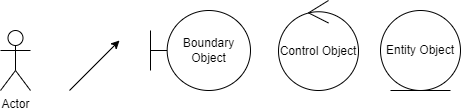
Earlier version of the draw.io export 構造図/コミュニケーション図/コミュニケーション図＿ユーザー情報入力.drawio.png (masaki1234567/psp4). Source tidied: cells renumbered, new cells last; positions are measured from the earlier drawing's top-left corner, leaving out a move shared by most shapes. The source it was exported from:
```xml
<mxGraphModel>
  <root>
    <mxCell id="0" />
    <mxCell id="1" parent="0" />
    <mxCell id="2" value="Actor" style="shape=umlActor;verticalLabelPosition=bottom;verticalAlign=top;html=1;" parent="1" vertex="1">
      <mxGeometry y="30" width="30" height="60" as="geometry" />
    </mxCell>
    <mxCell id="3" value="Boundary Object" style="shape=umlBoundary;whiteSpace=wrap;html=1;" parent="1" vertex="1">
      <mxGeometry x="150" y="10" width="100" height="80" as="geometry" />
    </mxCell>
    <mxCell id="4" value="Control Object" style="ellipse;shape=umlControl;whiteSpace=wrap;html=1;" parent="1" vertex="1">
      <mxGeometry x="278" width="80" height="90" as="geometry" />
    </mxCell>
    <mxCell id="5" value="Entity Object" style="ellipse;shape=umlEntity;whiteSpace=wrap;html=1;" parent="1" vertex="1">
      <mxGeometry x="380" y="10" width="80" height="80" as="geometry" />
    </mxCell>
    <mxCell id="6" style="endArrow=classic;html=1;" parent="1" edge="1">
      <mxGeometry relative="1" as="geometry">
        <mxPoint x="69" y="90" as="sourcePoint" />
        <mxPoint x="119" y="40" as="targetPoint" />
      </mxGeometry>
    </mxCell>
  </root>
</mxGraphModel>
```
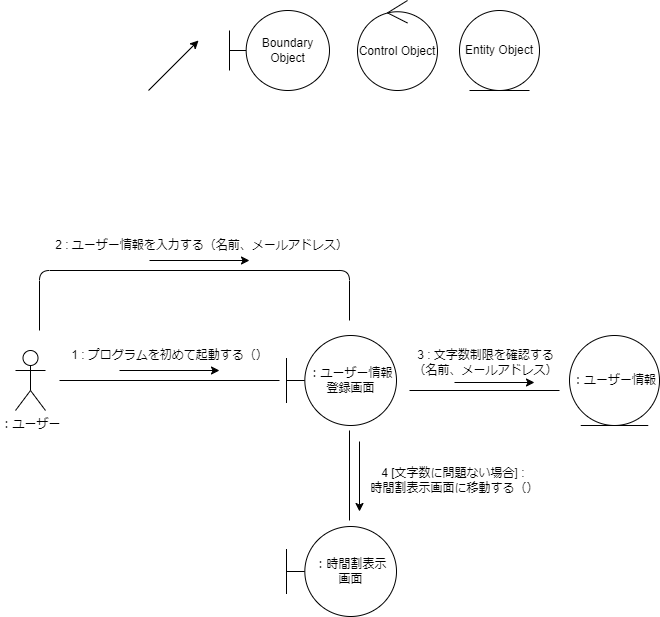
Later version of the same file.

The edit, as a diff of the source:
```diff
@@ -2,8 +2,14 @@
   <root>
     <mxCell id="0" />
     <mxCell id="1" parent="0" />
+    <mxCell id="7" style="edgeStyle=none;html=1;endArrow=none;endFill=0;" parent="1" edge="1">
+      <mxGeometry relative="1" as="geometry">
+        <mxPoint x="-20" y="380" as="sourcePoint" />
+        <mxPoint x="200" y="380" as="targetPoint" />
+      </mxGeometry>
+    </mxCell>
-    <mxCell id="2" value="Actor" style="shape=umlActor;verticalLabelPosition=bottom;verticalAlign=top;html=1;" parent="1" vertex="1">
-      <mxGeometry y="30" width="30" height="60" as="geometry" />
+    <mxCell id="2" value="：ユーザー" style="shape=umlActor;verticalLabelPosition=bottom;verticalAlign=top;html=1;" parent="1" vertex="1">
+      <mxGeometry x="-64" y="350" width="30" height="60" as="geometry" />
     </mxCell>
     <mxCell id="3" value="Boundary Object" style="shape=umlBoundary;whiteSpace=wrap;html=1;" parent="1" vertex="1">
       <mxGeometry x="150" y="10" width="100" height="80" as="geometry" />
@@ -20,5 +26,72 @@
         <mxPoint x="119" y="40" as="targetPoint" />
       </mxGeometry>
     </mxCell>
+    <mxCell id="8" value="：ユーザー情報登録画面" style="shape=umlBoundary;whiteSpace=wrap;html=1;" parent="1" vertex="1">
+      <mxGeometry x="207" y="335" width="110" height="90" as="geometry" />
+    </mxCell>
+    <mxCell id="9" style="endArrow=classic;html=1;" parent="1" edge="1">
+      <mxGeometry relative="1" as="geometry">
+        <mxPoint x="40" y="370" as="sourcePoint" />
+        <mxPoint x="140" y="370" as="targetPoint" />
+      </mxGeometry>
+    </mxCell>
+    <mxCell id="10" value="1 : プログラムを初めて起動する（）" style="text;html=1;align=center;verticalAlign=middle;strokeColor=none;fillColor=none;" parent="1" vertex="1">
+      <mxGeometry x="-20" y="340" width="220" height="30" as="geometry" />
+    </mxCell>
+    <mxCell id="11" style="edgeStyle=none;html=1;endArrow=none;endFill=0;" parent="1" edge="1">
+      <mxGeometry relative="1" as="geometry">
+        <mxPoint x="-40" y="330" as="sourcePoint" />
+        <mxPoint x="270" y="320" as="targetPoint" />
+        <Array as="points">
+          <mxPoint x="-40" y="270" />
+          <mxPoint x="270" y="270" />
+        </Array>
+      </mxGeometry>
+    </mxCell>
+    <mxCell id="12" style="endArrow=classic;html=1;" parent="1" edge="1">
+      <mxGeometry relative="1" as="geometry">
+        <mxPoint x="70" y="260" as="sourcePoint" />
+        <mxPoint x="170" y="260" as="targetPoint" />
+      </mxGeometry>
+    </mxCell>
+    <mxCell id="13" value="2 : ユーザー情報を入力する（名前、メールアドレス）" style="text;html=1;align=center;verticalAlign=middle;strokeColor=none;fillColor=none;" parent="1" vertex="1">
+      <mxGeometry x="-38" y="230" width="320" height="30" as="geometry" />
+    </mxCell>
+    <mxCell id="14" value="：ユーザー情報" style="ellipse;shape=umlEntity;whiteSpace=wrap;html=1;" parent="1" vertex="1">
+      <mxGeometry x="490" y="335" width="90" height="90" as="geometry" />
+    </mxCell>
+    <mxCell id="15" style="edgeStyle=none;html=1;endArrow=none;endFill=0;" parent="1" edge="1">
+      <mxGeometry relative="1" as="geometry">
+        <mxPoint x="270" y="520" as="sourcePoint" />
+        <mxPoint x="270" y="430" as="targetPoint" />
+      </mxGeometry>
+    </mxCell>
+    <mxCell id="16" style="endArrow=classic;html=1;" parent="1" edge="1">
+      <mxGeometry relative="1" as="geometry">
+        <mxPoint x="375" y="382" as="sourcePoint" />
+        <mxPoint x="455" y="382" as="targetPoint" />
+      </mxGeometry>
+    </mxCell>
+    <mxCell id="17" value="3 : 文字数制限を確認する&lt;br&gt;（名前、メールアドレス）" style="text;html=1;align=center;verticalAlign=middle;strokeColor=none;fillColor=none;" parent="1" vertex="1">
+      <mxGeometry x="321" y="342" width="170" height="40" as="geometry" />
+    </mxCell>
+    <mxCell id="18" value="：時間割表示&lt;br&gt;画面" style="shape=umlBoundary;whiteSpace=wrap;html=1;" parent="1" vertex="1">
+      <mxGeometry x="207" y="526" width="110" height="90" as="geometry" />
+    </mxCell>
+    <mxCell id="19" style="edgeStyle=none;html=1;endArrow=none;endFill=0;" parent="1" edge="1">
+      <mxGeometry relative="1" as="geometry">
+        <mxPoint x="480" y="390" as="sourcePoint" />
+        <mxPoint x="330" y="390" as="targetPoint" />
+      </mxGeometry>
+    </mxCell>
+    <mxCell id="20" style="endArrow=classic;html=1;" parent="1" edge="1">
+      <mxGeometry relative="1" as="geometry">
+        <mxPoint x="280" y="441" as="sourcePoint" />
+        <mxPoint x="280" y="511" as="targetPoint" />
+      </mxGeometry>
+    </mxCell>
+    <mxCell id="21" value="4 [文字数に問題ない場合] :&amp;nbsp;&lt;br&gt;時間割表示画面に移動する（）" style="text;html=1;align=center;verticalAlign=middle;strokeColor=none;fillColor=none;" parent="1" vertex="1">
+      <mxGeometry x="280" y="460" width="190" height="40" as="geometry" />
+    </mxCell>
   </root>
 </mxGraphModel>
```
